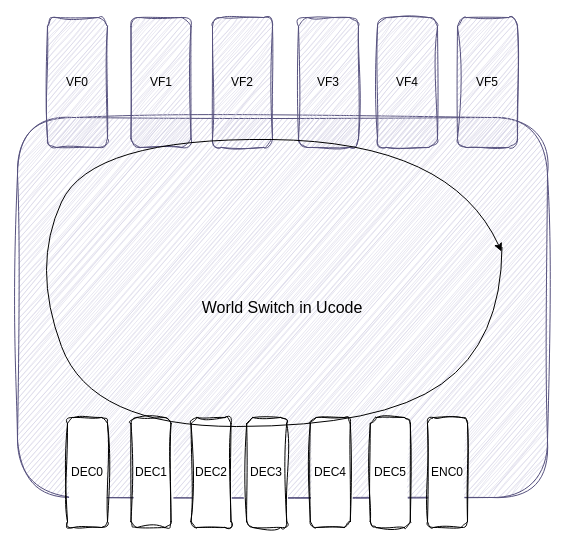
raykwok1150/draw.io keeps this draw.io diagram as 未命名绘图.drawio. Above is the earlier version. Source tidied: cells renumbered, new cells numbered last; positions are measured from the earlier drawing's top-left corner, leaving out a move shared by most shapes. Both pictures are drawn from the tidied source at 100%, with x=0, y=0 at pixel (17, 17).
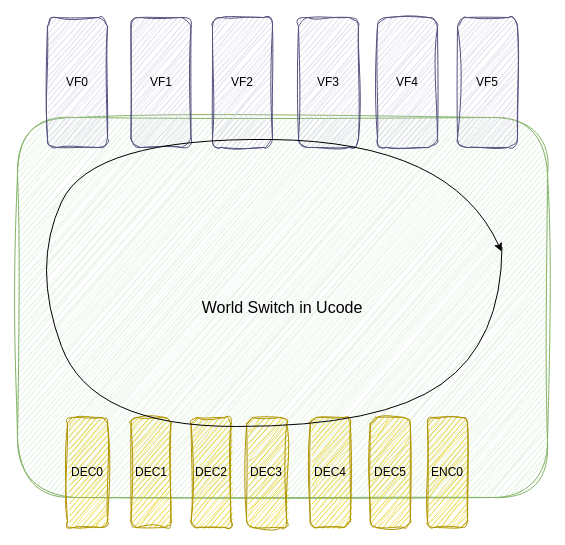
After the change.

Commit message:
Codec通用核方案.drawio

Change to the diagram source:
```diff
@@
-    <mxCell id="2" value="&lt;font style=&quot;font-size: 16px;&quot;&gt;World Switch in Ucode&lt;/font&gt;" style="rounded=1;whiteSpace=wrap;html=1;fillColor=#d0cee2;strokeColor=#56517e;glass=0;shadow=0;sketch=1;curveFitting=1;jiggle=2;" parent="1" vertex="1">
+    <mxCell id="2" value="&lt;font style=&quot;font-size: 16px;&quot;&gt;World Switch in Ucode&lt;/font&gt;" style="rounded=1;whiteSpace=wrap;html=1;fillColor=#d5e8d4;strokeColor=#82b366;glass=0;shadow=0;sketch=1;curveFitting=1;jiggle=2;" parent="1" vertex="1">
       <mxGeometry y="100" width="530" height="380" as="geometry" />
     </mxCell>
@@
-    <mxCell id="9" value="DEC0" style="rounded=1;whiteSpace=wrap;html=1;sketch=1;curveFitting=1;jiggle=2;shadow=0;" parent="1" vertex="1">
+    <mxCell id="9" value="DEC0" style="rounded=1;whiteSpace=wrap;html=1;sketch=1;curveFitting=1;jiggle=2;shadow=0;fillColor=#e3c800;fontColor=#000000;strokeColor=#B09500;" parent="1" vertex="1">
       <mxGeometry x="50" y="400" width="40" height="110" as="geometry" />
     </mxCell>
-    <mxCell id="10" value="DEC1" style="rounded=1;whiteSpace=wrap;html=1;sketch=1;curveFitting=1;jiggle=2;shadow=0;" parent="1" vertex="1">
+    <mxCell id="10" value="DEC1" style="rounded=1;whiteSpace=wrap;html=1;sketch=1;curveFitting=1;jiggle=2;shadow=0;fillColor=#e3c800;fontColor=#000000;strokeColor=#B09500;" parent="1" vertex="1">
       <mxGeometry x="113.5" y="400" width="40" height="110" as="geometry" />
     </mxCell>
-    <mxCell id="11" value="DEC2" style="rounded=1;whiteSpace=wrap;html=1;sketch=1;curveFitting=1;jiggle=2;shadow=0;" parent="1" vertex="1">
+    <mxCell id="11" value="DEC2" style="rounded=1;whiteSpace=wrap;html=1;sketch=1;curveFitting=1;jiggle=2;shadow=0;fillColor=#e3c800;fontColor=#000000;strokeColor=#B09500;" parent="1" vertex="1">
       <mxGeometry x="173.5" y="400" width="40" height="110" as="geometry" />
     </mxCell>
-    <mxCell id="12" value="DEC3" style="rounded=1;whiteSpace=wrap;html=1;sketch=1;curveFitting=1;jiggle=2;shadow=0;" parent="1" vertex="1">
+    <mxCell id="12" value="DEC3" style="rounded=1;whiteSpace=wrap;html=1;sketch=1;curveFitting=1;jiggle=2;shadow=0;fillColor=#e3c800;fontColor=#000000;strokeColor=#B09500;" parent="1" vertex="1">
       <mxGeometry x="229.2" y="400" width="40" height="110" as="geometry" />
     </mxCell>
-    <mxCell id="13" value="DEC4" style="rounded=1;whiteSpace=wrap;html=1;sketch=1;curveFitting=1;jiggle=2;shadow=0;" parent="1" vertex="1">
+    <mxCell id="13" value="DEC4" style="rounded=1;whiteSpace=wrap;html=1;sketch=1;curveFitting=1;jiggle=2;shadow=0;fillColor=#e3c800;fontColor=#000000;strokeColor=#B09500;" parent="1" vertex="1">
       <mxGeometry x="292.8" y="400" width="40" height="110" as="geometry" />
     </mxCell>
-    <mxCell id="14" value="DEC5" style="rounded=1;whiteSpace=wrap;html=1;sketch=1;curveFitting=1;jiggle=2;shadow=0;" parent="1" vertex="1">
+    <mxCell id="14" value="DEC5" style="rounded=1;whiteSpace=wrap;html=1;sketch=1;curveFitting=1;jiggle=2;shadow=0;fillColor=#e3c800;fontColor=#000000;strokeColor=#B09500;" parent="1" vertex="1">
       <mxGeometry x="352.8" y="400" width="40" height="110" as="geometry" />
     </mxCell>
-    <mxCell id="15" value="ENC0" style="rounded=1;whiteSpace=wrap;html=1;sketch=1;curveFitting=1;jiggle=2;shadow=0;" parent="1" vertex="1">
+    <mxCell id="15" value="ENC0" style="rounded=1;whiteSpace=wrap;html=1;sketch=1;curveFitting=1;jiggle=2;shadow=0;fillColor=#e3c800;fontColor=#000000;strokeColor=#B09500;" parent="1" vertex="1">
       <mxGeometry x="410" y="400" width="40" height="110" as="geometry" />
     </mxCell>
```
